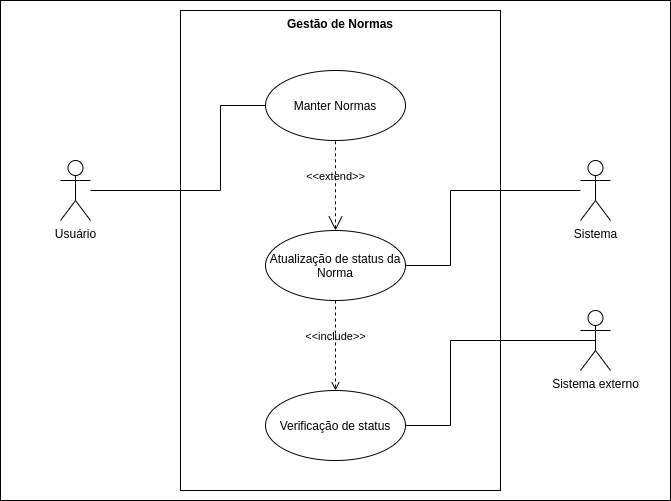
jaisonpr/sigo keeps this draw.io diagram as documentacao/diagramas/diagrama_uc_normas.png. Above is the earlier version. Source tidied: cells renumbered, new cells last; positions are measured from the earlier drawing's top-left corner, leaving out a move shared by most shapes.
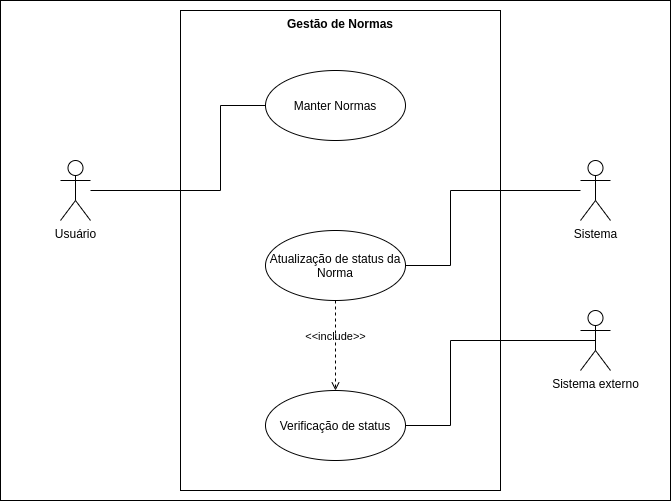
Later version of the same file.

Change to the diagram source:
```diff
@@ -50,9 +50,6 @@
     <mxCell id="12" value="Verificação de status" style="ellipse;whiteSpace=wrap;html=1;" parent="1" vertex="1">
       <mxGeometry x="265" y="390" width="140" height="70" as="geometry" />
     </mxCell>
-    <mxCell id="13" value="&amp;lt;&amp;lt;extend&amp;gt;&amp;gt;" style="edgeStyle=none;html=1;startArrow=open;endArrow=none;startSize=12;verticalAlign=bottom;dashed=1;labelBackgroundColor=none;entryX=0.5;entryY=1;entryDx=0;entryDy=0;" parent="1" edge="1" source="7" target="6">
-      <mxGeometry relative="1" as="geometry" />
-    </mxCell>
     <mxCell id="14" value="&amp;lt;&amp;lt;include&amp;gt;&amp;gt;" style="edgeStyle=none;html=1;endArrow=open;verticalAlign=bottom;dashed=1;labelBackgroundColor=none;exitX=0.5;exitY=1;exitDx=0;exitDy=0;" parent="1" edge="1" source="7" target="12">
       <mxGeometry relative="1" as="geometry" />
     </mxCell>
```
